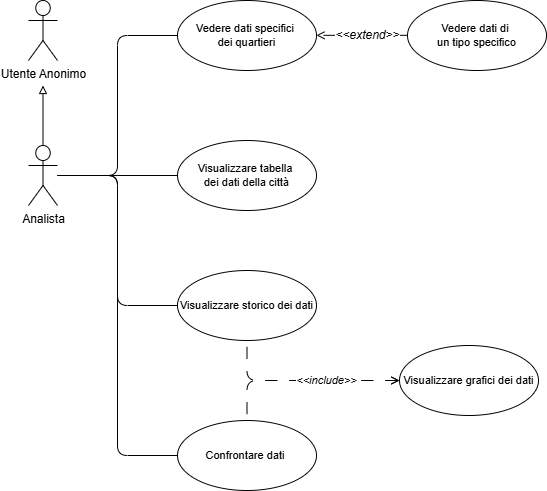
The draw.io diagram deliverable/images/UseCase_diagrams/Analista.drawio.png in lucafano04/progettoIngenieriaSoftware, before a commit. Source tidied: cells renumbered, new cells last; positions are measured from the earlier drawing's top-left corner, leaving out a move shared by most shapes. The source it was exported from:
```xml
<mxGraphModel background="#FFFFFF">
  <root>
    <mxCell id="0" />
    <mxCell id="1" parent="0" />
    <mxCell id="2" style="edgeStyle=orthogonalEdgeStyle;shape=connector;curved=0;rounded=1;jettySize=auto;html=1;entryX=0;entryY=0.5;entryDx=0;entryDy=0;strokeColor=default;align=center;verticalAlign=middle;fontFamily=Helvetica;fontSize=11;fontColor=default;labelBackgroundColor=default;endArrow=none;endFill=0;" parent="1" edge="1" source="7" target="9">
      <mxGeometry relative="1" as="geometry" />
    </mxCell>
    <mxCell id="3" style="edgeStyle=orthogonalEdgeStyle;shape=connector;curved=0;rounded=1;jettySize=auto;html=1;entryX=0;entryY=0.5;entryDx=0;entryDy=0;strokeColor=default;align=center;verticalAlign=middle;fontFamily=Helvetica;fontSize=11;fontColor=default;labelBackgroundColor=default;endArrow=none;endFill=0;" parent="1" edge="1" source="7" target="8">
      <mxGeometry relative="1" as="geometry" />
    </mxCell>
    <mxCell id="4" style="edgeStyle=orthogonalEdgeStyle;shape=connector;curved=0;rounded=1;jettySize=auto;html=1;entryX=0;entryY=0.5;entryDx=0;entryDy=0;strokeColor=default;align=center;verticalAlign=middle;fontFamily=Helvetica;fontSize=11;fontColor=default;labelBackgroundColor=default;endArrow=none;endFill=0;" parent="1" edge="1" source="7" target="10">
      <mxGeometry relative="1" as="geometry" />
    </mxCell>
    <mxCell id="5" style="edgeStyle=orthogonalEdgeStyle;rounded=1;jettySize=auto;html=1;curved=0;endArrow=none;endFill=0;" parent="1" edge="1" source="7" target="15">
      <mxGeometry relative="1" as="geometry" />
    </mxCell>
    <mxCell id="6" style="edgeStyle=orthogonalEdgeStyle;rounded=0;jettySize=auto;html=1;endArrow=block;endFill=0;" parent="1" edge="1" source="7">
      <mxGeometry relative="1" as="geometry">
        <mxPoint x="14.5" y="85" as="targetPoint" />
      </mxGeometry>
    </mxCell>
    <mxCell id="7" value="Analista" style="shape=umlActor;verticalLabelPosition=bottom;verticalAlign=top;html=1;outlineConnect=0;" parent="1" vertex="1">
      <mxGeometry y="145" width="29" height="60" as="geometry" />
    </mxCell>
    <mxCell id="8" value="Vedere dati specifici&amp;nbsp;&lt;div&gt;dei quartieri&lt;/div&gt;" style="ellipse;whiteSpace=wrap;html=1;fontFamily=Helvetica;fontSize=11;fontColor=default;labelBackgroundColor=default;" parent="1" vertex="1">
      <mxGeometry x="149" width="139" height="70" as="geometry" />
    </mxCell>
    <mxCell id="9" value="Visualizzare storico dei dati" style="ellipse;whiteSpace=wrap;html=1;fontFamily=Helvetica;fontSize=11;fontColor=default;labelBackgroundColor=default;" parent="1" vertex="1">
      <mxGeometry x="149" y="270" width="139" height="70" as="geometry" />
    </mxCell>
    <mxCell id="10" value="Confrontare dati&amp;nbsp;" style="ellipse;whiteSpace=wrap;html=1;fontFamily=Helvetica;fontSize=11;fontColor=default;labelBackgroundColor=default;" parent="1" vertex="1">
      <mxGeometry x="149" y="420" width="139" height="70" as="geometry" />
    </mxCell>
    <mxCell id="11" style="edgeStyle=orthogonalEdgeStyle;rounded=1;jettySize=auto;html=1;entryX=0.5;entryY=0;entryDx=0;entryDy=0;dashed=1;dashPattern=12 12;strokeColor=default;align=center;verticalAlign=middle;fontFamily=Helvetica;fontSize=11;fontColor=default;labelBackgroundColor=default;startArrow=open;startFill=0;endArrow=none;endFill=0;curved=0;" parent="1" edge="1" source="13" target="10">
      <mxGeometry relative="1" as="geometry" />
    </mxCell>
    <mxCell id="12" value="&amp;lt;&amp;lt;include&amp;gt;&amp;gt;" style="edgeStyle=orthogonalEdgeStyle;rounded=1;jettySize=auto;html=1;entryX=0.5;entryY=1;entryDx=0;entryDy=0;dashed=1;dashPattern=12 12;strokeColor=default;align=center;verticalAlign=middle;fontFamily=Helvetica;fontSize=11;fontColor=default;labelBackgroundColor=default;startArrow=open;startFill=0;endArrow=none;endFill=0;curved=0;fontStyle=2;" parent="1" edge="1" source="13" target="9">
      <mxGeometry x="-0.24" relative="1" as="geometry" />
    </mxCell>
    <mxCell id="13" value="Visualizzare grafici dei dati" style="ellipse;whiteSpace=wrap;html=1;fontFamily=Helvetica;fontSize=11;fontColor=default;labelBackgroundColor=default;" parent="1" vertex="1">
      <mxGeometry x="371" y="345" width="139" height="70" as="geometry" />
    </mxCell>
    <mxCell id="14" value="Vedere dati di&amp;nbsp;&lt;div&gt;un tipo specifico&lt;/div&gt;" style="ellipse;whiteSpace=wrap;html=1;fontFamily=Helvetica;fontSize=11;fontColor=default;labelBackgroundColor=default;" parent="1" vertex="1">
      <mxGeometry x="379" width="139" height="70" as="geometry" />
    </mxCell>
    <mxCell id="15" value="Visualizzare tabella&amp;nbsp;&lt;div&gt;dei dati della città&lt;/div&gt;" style="ellipse;whiteSpace=wrap;html=1;fontFamily=Helvetica;fontSize=11;fontColor=default;labelBackgroundColor=default;" parent="1" vertex="1">
      <mxGeometry x="149" y="140" width="139" height="70" as="geometry" />
    </mxCell>
    <mxCell id="16" value="&lt;font style=&quot;font-size: 12px;&quot;&gt;&amp;lt;&amp;lt;extend&amp;gt;&amp;gt;&lt;/font&gt;" style="edgeStyle=orthogonalEdgeStyle;rounded=0;orthogonalLoop=1;jettySize=auto;html=1;dashed=1;dashPattern=12 12;endArrow=open;endFill=0;fontStyle=2;" parent="1" edge="1">
      <mxGeometry x="-0.12" relative="1" as="geometry">
        <mxPoint x="379" y="34.8" as="sourcePoint" />
        <mxPoint x="288" y="34.8" as="targetPoint" />
      </mxGeometry>
    </mxCell>
    <mxCell id="17" value="Utente Anonimo" style="shape=umlActor;verticalLabelPosition=bottom;verticalAlign=top;html=1;" parent="1" vertex="1">
      <mxGeometry width="29" height="60" as="geometry" />
    </mxCell>
  </root>
</mxGraphModel>
```
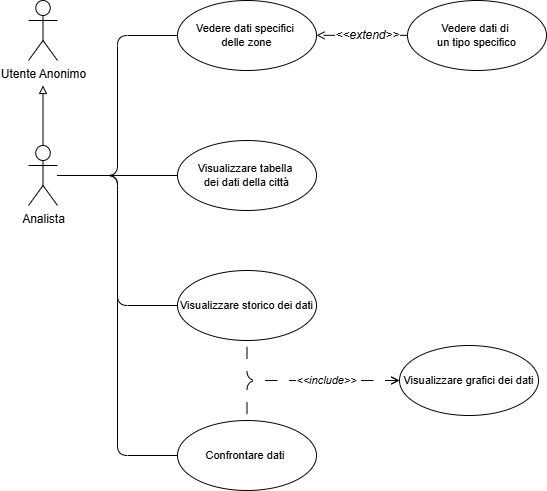
The same diagram one commit later.

The edit, as a diff of the source:
```diff
@@ -5,26 +5,26 @@
     <mxCell id="2" style="edgeStyle=orthogonalEdgeStyle;shape=connector;curved=0;rounded=1;jettySize=auto;html=1;entryX=0;entryY=0.5;entryDx=0;entryDy=0;strokeColor=default;align=center;verticalAlign=middle;fontFamily=Helvetica;fontSize=11;fontColor=default;labelBackgroundColor=default;endArrow=none;endFill=0;" parent="1" edge="1" source="7" target="9">
       <mxGeometry relative="1" as="geometry" />
     </mxCell>
-    <mxCell id="3" style="edgeStyle=orthogonalEdgeStyle;shape=connector;curved=0;rounded=1;jettySize=auto;html=1;entryX=0;entryY=0.5;entryDx=0;entryDy=0;strokeColor=default;align=center;verticalAlign=middle;fontFamily=Helvetica;fontSize=11;fontColor=default;labelBackgroundColor=default;endArrow=none;endFill=0;" parent="1" edge="1" source="7" target="8">
-      <mxGeometry relative="1" as="geometry" />
-    </mxCell>
+    <mxCell id="18" style="edgeStyle=orthogonalEdgeStyle;shape=connector;curved=0;rounded=1;jettySize=auto;html=1;entryX=0;entryY=0.5;entryDx=0;entryDy=0;strokeColor=default;align=center;verticalAlign=middle;fontFamily=Helvetica;fontSize=11;fontColor=default;labelBackgroundColor=default;endArrow=none;endFill=0;" parent="1" edge="1" source="7" target="20">
+      <mxGeometry relative="1" as="geometry" />
+    </mxCell>
     <mxCell id="4" style="edgeStyle=orthogonalEdgeStyle;shape=connector;curved=0;rounded=1;jettySize=auto;html=1;entryX=0;entryY=0.5;entryDx=0;entryDy=0;strokeColor=default;align=center;verticalAlign=middle;fontFamily=Helvetica;fontSize=11;fontColor=default;labelBackgroundColor=default;endArrow=none;endFill=0;" parent="1" edge="1" source="7" target="10">
       <mxGeometry relative="1" as="geometry" />
     </mxCell>
     <mxCell id="5" style="edgeStyle=orthogonalEdgeStyle;rounded=1;jettySize=auto;html=1;curved=0;endArrow=none;endFill=0;" parent="1" edge="1" source="7" target="15">
       <mxGeometry relative="1" as="geometry" />
     </mxCell>
-    <mxCell id="6" style="edgeStyle=orthogonalEdgeStyle;rounded=0;jettySize=auto;html=1;endArrow=block;endFill=0;" parent="1" edge="1" source="7">
-      <mxGeometry relative="1" as="geometry">
-        <mxPoint x="14.5" y="85" as="targetPoint" />
-      </mxGeometry>
-    </mxCell>
+    <mxCell id="19" style="edgeStyle=orthogonalEdgeStyle;rounded=0;jettySize=auto;html=1;endArrow=block;endFill=0;" parent="1" edge="1" source="7">
+      <mxGeometry relative="1" as="geometry">
+        <mxPoint x="14.5" y="85" as="targetPoint" />
+      </mxGeometry>
+    </mxCell>
     <mxCell id="7" value="Analista" style="shape=umlActor;verticalLabelPosition=bottom;verticalAlign=top;html=1;outlineConnect=0;" parent="1" vertex="1">
       <mxGeometry y="145" width="29" height="60" as="geometry" />
     </mxCell>
-    <mxCell id="8" value="Vedere dati specifici&amp;nbsp;&lt;div&gt;dei quartieri&lt;/div&gt;" style="ellipse;whiteSpace=wrap;html=1;fontFamily=Helvetica;fontSize=11;fontColor=default;labelBackgroundColor=default;" parent="1" vertex="1">
-      <mxGeometry x="149" width="139" height="70" as="geometry" />
-    </mxCell>
+    <mxCell id="20" value="Vedere dati specifici&amp;nbsp;&lt;div&gt;delle zone&lt;/div&gt;" style="ellipse;whiteSpace=wrap;html=1;fontFamily=Helvetica;fontSize=11;fontColor=default;labelBackgroundColor=default;" parent="1" vertex="1">
+      <mxGeometry x="149" width="139" height="70" as="geometry" />
+    </mxCell>
     <mxCell id="9" value="Visualizzare storico dei dati" style="ellipse;whiteSpace=wrap;html=1;fontFamily=Helvetica;fontSize=11;fontColor=default;labelBackgroundColor=default;" parent="1" vertex="1">
       <mxGeometry x="149" y="270" width="139" height="70" as="geometry" />
     </mxCell>
```
